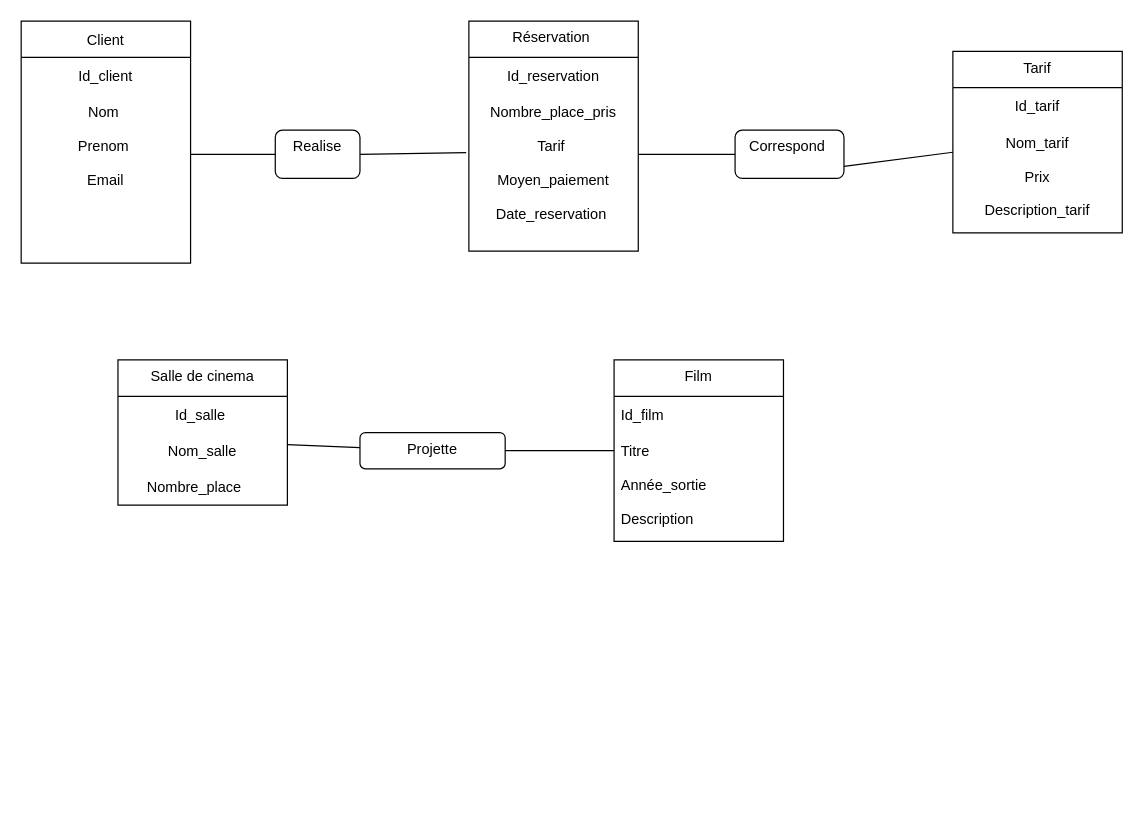
Above: BDD/MCD_cinema.drawio in ArnaudLouisy/CinemaProject (draw.io), before the change. Source tidied: cells renumbered, new cells numbered last; positions are measured from the earlier drawing's top-left corner, leaving out a move shared by most shapes. Both pictures are drawn from the tidied source at 121%, with x=0, y=0 at pixel (21, 21).
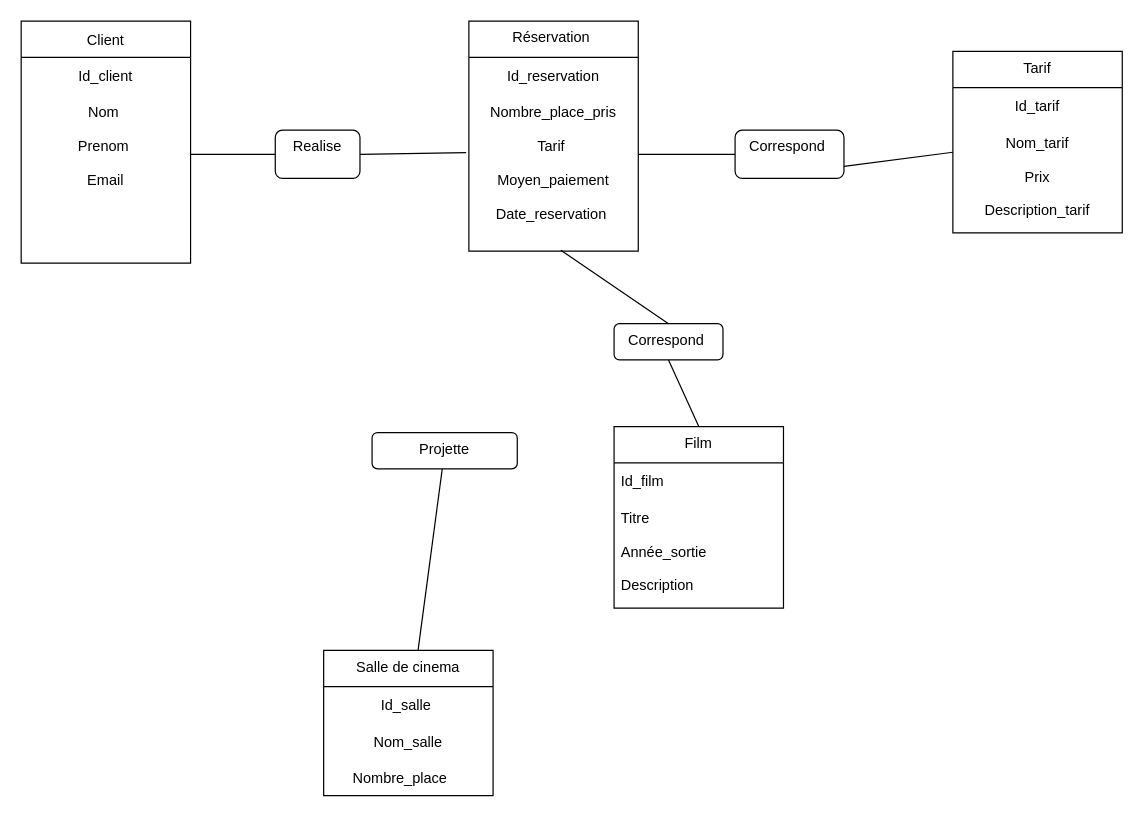
The same diagram, later.

The change refers to these unchanged cells:
```xml
<mxCell id="17" value="Tarif &#10;&#10;Moyen_paiement&#10;&#10;Date_reservation &#10;" style="text;strokeColor=none;fillColor=none;align=center;verticalAlign=top;spacingLeft=4;spacingRight=4;overflow=hidden;points=[[0,0.5],[1,0.5]];portConstraint=eastwest;" parent="14" vertex="1">
  <mxGeometry y="90" width="140" height="100" as="geometry" />
</mxCell>
<mxCell id="20" value="Titre" style="text;strokeColor=none;fillColor=none;align=left;verticalAlign=middle;spacingLeft=4;spacingRight=4;overflow=hidden;points=[[0,0.5],[1,0.5]];portConstraint=eastwest;" parent="18" vertex="1">
  <mxGeometry y="60" width="140" height="30" as="geometry" />
</mxCell>
```

Diff of the diagram source:
```diff
@@
     <mxCell id="6" value="Salle de cinema" style="swimlane;fontStyle=0;horizontal=1;startSize=30;fillColor=default;verticalAlign=top;align=center;" parent="1" vertex="1">
-      <mxGeometry x="80" y="280" width="140" height="120" as="geometry" />
+      <mxGeometry x="250" y="520" width="140" height="120" as="geometry" />
     </mxCell>
@@
     <mxCell id="18" value="Film" style="swimlane;fontStyle=0;horizontal=1;startSize=30;fillColor=default;align=center;verticalAlign=top;" parent="1" vertex="1">
-      <mxGeometry x="490" y="280" width="140" height="150" as="geometry" />
+      <mxGeometry x="490" y="335" width="140" height="150" as="geometry" />
     </mxCell>
@@
-    <mxCell id="25" style="endArrow=none;html=1;rounded=0;" parent="1" edge="1" target="26">
-      <mxGeometry relative="1" as="geometry">
-        <mxPoint x="220" y="350" as="sourcePoint" />
-      </mxGeometry>
+    <mxCell id="25" style="endArrow=none;html=1;rounded=0;" parent="1" edge="1" source="6" target="26">
+      <mxGeometry relative="1" as="geometry" />
     </mxCell>
     <mxCell id="26" value="Projette" style="rounded=1;whiteSpace=wrap;html=1;fillColor=default;align=center;verticalAlign=top;" parent="1" vertex="1">
-      <mxGeometry x="280" y="340" width="120" height="30" as="geometry" />
+      <mxGeometry x="290" y="340" width="120" height="30" as="geometry" />
     </mxCell>
-    <mxCell id="27" style="endArrow=none;html=1;rounded=0;entryX=0;entryY=0.5;entryDx=0;entryDy=0;exitX=1;exitY=0.5;exitDx=0;exitDy=0;" parent="1" edge="1" source="26" target="20">
-      <mxGeometry relative="1" as="geometry" />
-    </mxCell>
@@
+    <mxCell id="31" value="Correspond&amp;nbsp;" style="rounded=1;whiteSpace=wrap;html=1;fillColor=default;align=center;verticalAlign=top;" parent="1" vertex="1">
+      <mxGeometry x="490" y="250" width="90" height="30" as="geometry" />
+    </mxCell>
+    <mxCell id="32" style="endArrow=none;html=1;rounded=0;entryX=0.5;entryY=1;entryDx=0;entryDy=0;exitX=0.5;exitY=0;exitDx=0;exitDy=0;" parent="1" edge="1" source="18" target="31">
+      <mxGeometry relative="1" as="geometry" />
+    </mxCell>
+    <mxCell id="33" style="endArrow=none;html=1;rounded=0;entryX=0.543;entryY=0.993;entryDx=0;entryDy=0;entryPerimeter=0;exitX=0.5;exitY=0;exitDx=0;exitDy=0;" parent="1" edge="1" source="31" target="17">
+      <mxGeometry relative="1" as="geometry" />
+    </mxCell>
```
